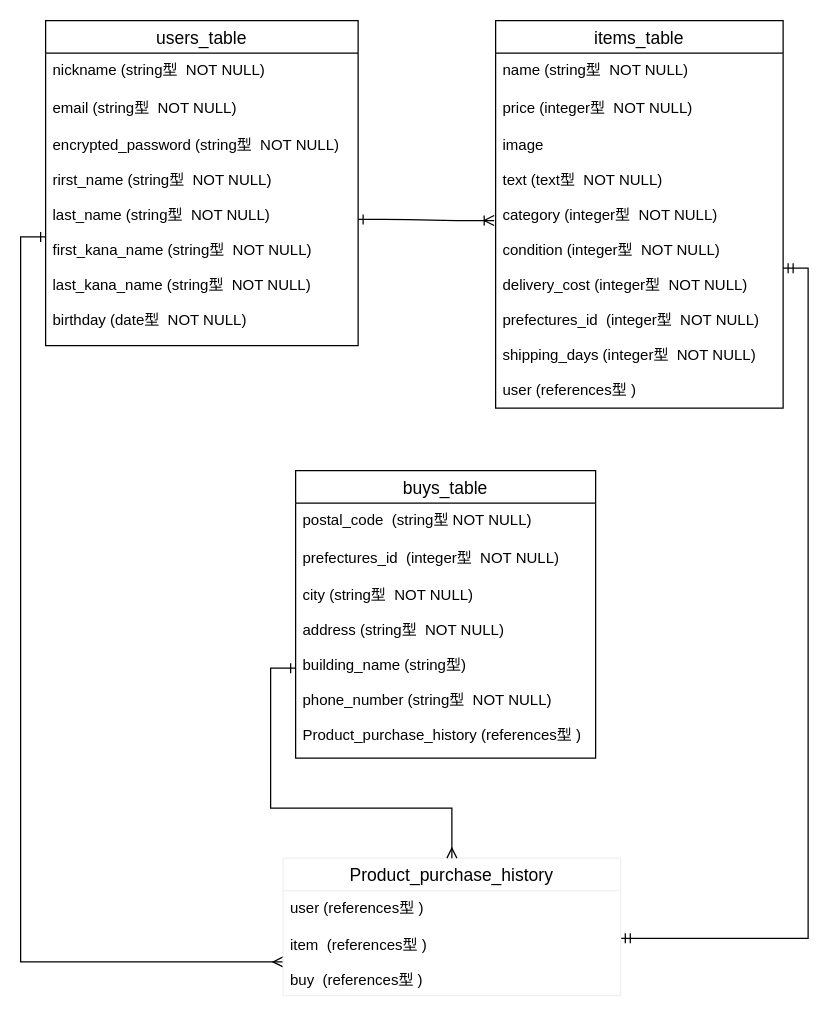
Earlier version of the draw.io diagram furima_data1.dio (ko25252929/furima-33534). Source tidied: cells renumbered, new cells numbered last; positions are measured from the earlier drawing's top-left corner, leaving out a move shared by most shapes. Both pictures are drawn from the tidied source at 125%, with x=0, y=0 at pixel (45, 20).
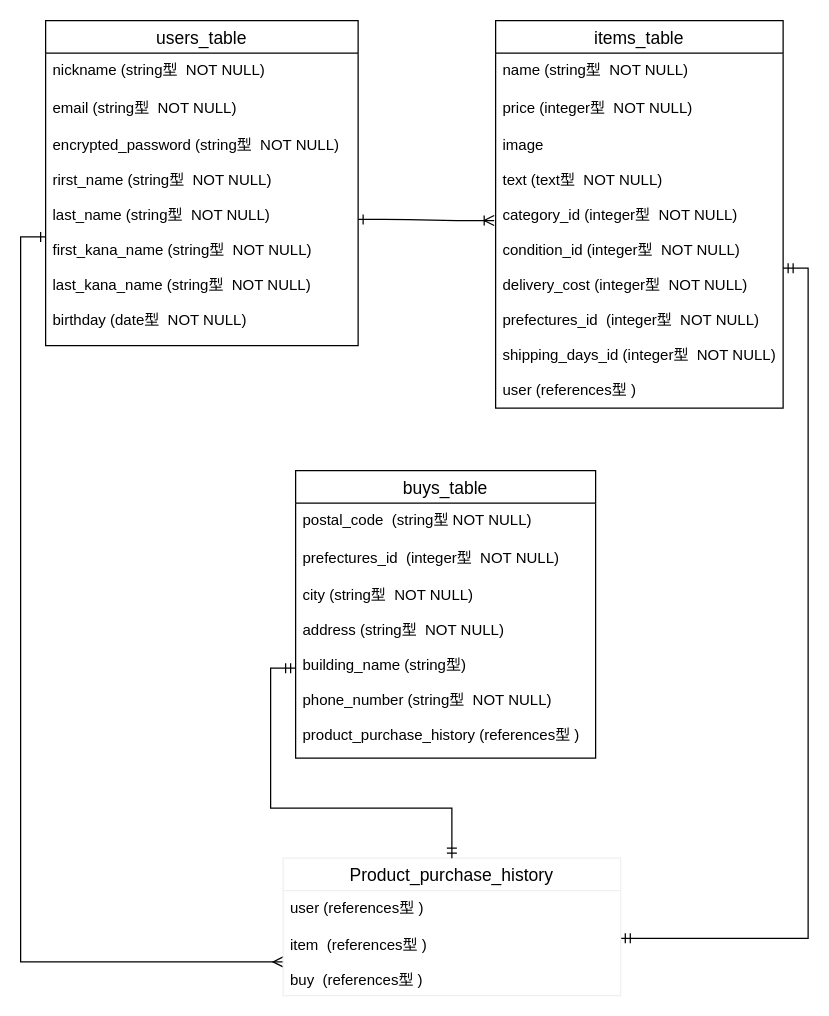
The same diagram, later.

The change refers to these unchanged cells:
```xml
<mxCell id="6" value="items_table" style="swimlane;fontStyle=0;horizontal=1;startSize=26;align=center;fontSize=14;" parent="1" vertex="1">
  <mxGeometry x="360" width="230" height="310" as="geometry" />
</mxCell>
<mxCell id="10" value="buys_table" style="swimlane;fontStyle=0;horizontal=1;startSize=26;align=center;fontSize=14;" parent="1" vertex="1">
  <mxGeometry x="200" y="360" width="240" height="230" as="geometry" />
</mxCell>
<mxCell id="17" value="Product_purchase_history" style="swimlane;fontStyle=0;horizontal=1;startSize=26;align=center;fontSize=14;labelBackgroundColor=none;strokeColor=#f0f0f0;" parent="1" vertex="1">
  <mxGeometry x="190" y="670" width="270" height="110" as="geometry" />
</mxCell>
```

Change to the diagram source:
```diff
@@
-    <mxCell id="9" value="image&#10;&#10;text (text型  NOT NULL)&#10;&#10;category (integer型  NOT NULL)&#10;&#10;condition (integer型  NOT NULL)&#10;&#10;delivery_cost (integer型  NOT NULL)&#10;&#10;prefectures_id  (integer型  NOT NULL)&#10;&#10;shipping_days (integer型  NOT NULL)&#10;&#10;user (references型 )&#10;&#10;" style="text;strokeColor=none;fillColor=none;spacingLeft=4;spacingRight=4;overflow=hidden;points=[[0,0.5],[1,0.5]];portConstraint=eastwest;fontSize=12;" parent="6" vertex="1">
+    <mxCell id="9" value="image&#10;&#10;text (text型  NOT NULL)&#10;&#10;category_id (integer型  NOT NULL)&#10;&#10;condition_id (integer型  NOT NULL)&#10;&#10;delivery_cost (integer型  NOT NULL)&#10;&#10;prefectures_id  (integer型  NOT NULL)&#10;&#10;shipping_days_id (integer型  NOT NULL)&#10;&#10;user (references型 )&#10;&#10;" style="text;strokeColor=none;fillColor=none;spacingLeft=4;spacingRight=4;overflow=hidden;points=[[0,0.5],[1,0.5]];portConstraint=eastwest;fontSize=12;" parent="6" vertex="1">
       <mxGeometry y="86" width="230" height="224" as="geometry" />
     </mxCell>
@@
-    <mxCell id="13" value="city (string型  NOT NULL)&#10;&#10;address (string型  NOT NULL)&#10;&#10;building_name (string型)&#10;&#10;phone_number (string型  NOT NULL)&#10;&#10;Product_purchase_history (references型 )&#10;&#10;" style="text;strokeColor=none;fillColor=none;spacingLeft=4;spacingRight=4;overflow=hidden;points=[[0,0.5],[1,0.5]];portConstraint=eastwest;fontSize=12;" parent="10" vertex="1">
+    <mxCell id="13" value="city (string型  NOT NULL)&#10;&#10;address (string型  NOT NULL)&#10;&#10;building_name (string型)&#10;&#10;phone_number (string型  NOT NULL)&#10;&#10;product_purchase_history (references型 )&#10;&#10;" style="text;strokeColor=none;fillColor=none;spacingLeft=4;spacingRight=4;overflow=hidden;points=[[0,0.5],[1,0.5]];portConstraint=eastwest;fontSize=12;" parent="10" vertex="1">
       <mxGeometry y="86" width="240" height="144" as="geometry" />
     </mxCell>
@@
-    <mxCell id="20" style="edgeStyle=orthogonalEdgeStyle;rounded=0;jettySize=auto;html=1;exitX=0;exitY=0.5;exitDx=0;exitDy=0;entryX=0.5;entryY=0;entryDx=0;entryDy=0;endArrow=ERmany;endFill=0;startArrow=ERone;startFill=0;" parent="1" edge="1" source="13" target="17">
+    <mxCell id="20" style="edgeStyle=orthogonalEdgeStyle;rounded=0;jettySize=auto;html=1;exitX=0;exitY=0.5;exitDx=0;exitDy=0;entryX=0.5;entryY=0;entryDx=0;entryDy=0;endArrow=ERmandOne;endFill=0;startArrow=ERmandOne;startFill=0;" parent="1" edge="1" source="13" target="17">
       <mxGeometry relative="1" as="geometry" />
     </mxCell>
```
